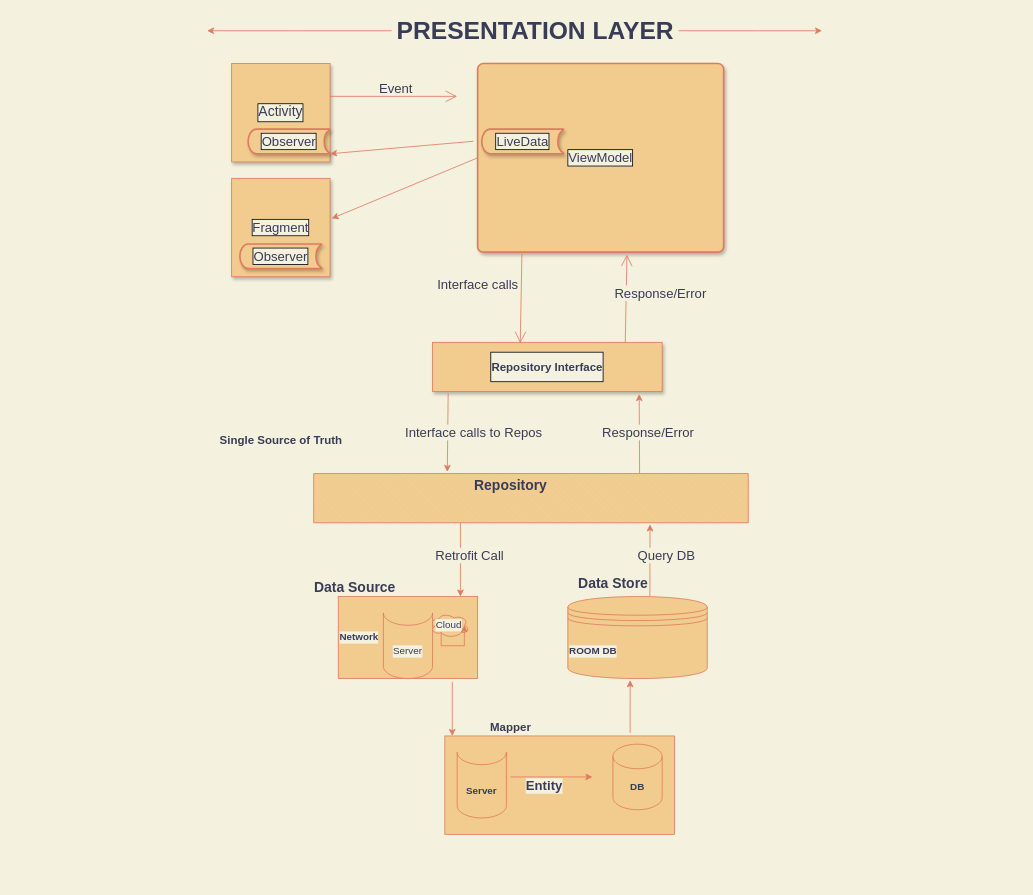
This is app/src/main/java/com/project/readarticleapp/utils/Untitled Diagram.drawio from dhirajdafouti/ReadArticleApp, a draw.io file, before an edit. Source tidied: cells renumbered, new cells numbered last; positions are measured from the earlier drawing's top-left corner, leaving out a move shared by most shapes. Both pictures are drawn from the tidied source at 82%, with x=0, y=0 at pixel (207, 14).
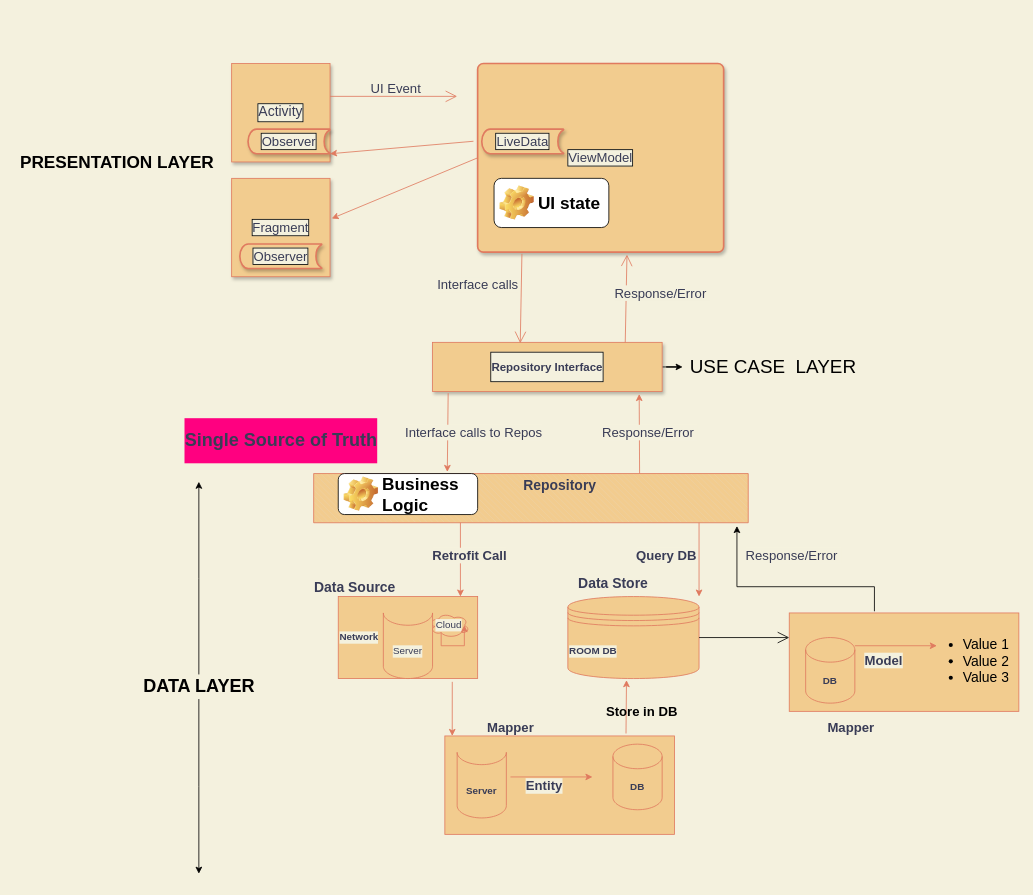
Above is the later version.

Unchanged cells that the change refers to:
```xml
<mxCell id="6" style="rounded=0;whiteSpace=wrap;html=1;fillColor=#F2CC8F;strokeColor=#E07A5F;fontColor=#393C56;" parent="1" vertex="1">
  <mxGeometry x="290" y="880" width="280" height="120" as="geometry" />
</mxCell>
<mxCell id="17" style="verticalLabelPosition=bottom;verticalAlign=top;html=1;shape=mxgraph.basic.patternFillRect;fillStyle=diagRev;step=5;fillStrokeWidth=0.2;fillStrokeColor=#dddddd;fontSize=16;strokeColor=#E07A5F;fontColor=#393C56;labelBackgroundColor=#F4F1DE;noLabel=1;labelBorderColor=#000000;fillColor=#F2CC8F;" parent="1" vertex="1">
  <mxGeometry x="130" y="560" width="530" height="60" as="geometry" />
</mxCell>
<mxCell id="21" value="&lt;h1 align=&quot;right&quot;&gt;Repository Interface&lt;br&gt;&lt;/h1&gt;" style="whiteSpace=wrap;html=1;shadow=1;labelBackgroundColor=#F4F1DE;fontSize=7;fontColor=#393C56;strokeColor=#E07A5F;fillColor=#F2CC8F;labelBorderColor=#000000;" parent="1" vertex="1">
  <mxGeometry x="275" y="400" width="280" height="60" as="geometry" />
</mxCell>
```

What changed in the source:
```diff
@@
     <mxCell id="5" value="&lt;div align=&quot;left&quot;&gt;&lt;b&gt;ROOM DB&lt;br&gt;&lt;/b&gt;&lt;/div&gt;" style="shape=datastore;whiteSpace=wrap;html=1;fontFamily=Helvetica;fontSize=12;fontColor=#393C56;align=left;strokeColor=#E07A5F;fillColor=#F2CC8F;labelBackgroundColor=#F4F1DE;" parent="1" vertex="1">
-      <mxGeometry x="440" y="710" width="170" height="100" as="geometry" />
+      <mxGeometry x="440" y="710" width="160" height="100" as="geometry" />
     </mxCell>
@@
-    <mxCell id="12" value="Mapper" style="text;html=1;align=center;verticalAlign=middle;strokeColor=none;fillColor=none;fontSize=14;fontStyle=1;fontColor=#393C56;" parent="1" vertex="1">
+    <mxCell id="12" value="Mapper" style="text;html=1;align=center;verticalAlign=middle;strokeColor=none;fillColor=none;fontSize=16;fontStyle=1;fontColor=#393C56;" parent="1" vertex="1">
       <mxGeometry x="335" y="860" width="70" height="20" as="geometry" />
     </mxCell>
@@
-    <mxCell id="16" style="endArrow=classic;html=1;rounded=0;fontSize=13;exitX=0.807;exitY=-0.033;exitDx=0;exitDy=0;exitPerimeter=0;fontStyle=0;entryX=0.447;entryY=1.02;entryDx=0;entryDy=0;entryPerimeter=0;labelBackgroundColor=#F4F1DE;strokeColor=#E07A5F;fontColor=#393C56;" parent="1" edge="1" source="6" target="5">
+    <mxCell id="16" style="endArrow=classic;html=1;rounded=0;fontSize=13;exitX=0.789;exitY=-0.025;exitDx=0;exitDy=0;exitPerimeter=0;fontStyle=0;entryX=0.447;entryY=1.02;entryDx=0;entryDy=0;entryPerimeter=0;labelBackgroundColor=#F4F1DE;strokeColor=#E07A5F;fontColor=#393C56;" parent="1" edge="1" source="6" target="5">
       <mxGeometry relative="1" as="geometry" />
     </mxCell>
@@
-    <mxCell id="19" style="endArrow=classic;html=1;rounded=0;fontSize=8;fontStyle=0;entryX=0.774;entryY=1.033;entryDx=0;entryDy=0;entryPerimeter=0;horizontal=1;labelBackgroundColor=#F4F1DE;strokeColor=#E07A5F;fontColor=#393C56;" parent="1" edge="1" target="17">
-      <mxGeometry relative="1" as="geometry">
-        <mxPoint x="540" y="710" as="sourcePoint" />
-      </mxGeometry>
-    </mxCell>
     <mxCell id="20" value="Repository" style="text;html=1;align=center;verticalAlign=middle;strokeColor=none;fillColor=none;fontStyle=1;fontSize=17;fontColor=#393C56;" parent="1" vertex="1">
-      <mxGeometry x="320" y="560" width="100" height="30" as="geometry" />
+      <mxGeometry x="380" y="560" width="100" height="30" as="geometry" />
     </mxCell>
+    <mxCell id="46" style="edgeStyle=orthogonalEdgeStyle;rounded=0;jettySize=auto;html=1;fontSize=21;" parent="1" edge="1" source="21" target="49">
+      <mxGeometry relative="1" as="geometry" />
+    </mxCell>
@@
-    <mxCell id="31" value="Event" style="text;html=1;align=center;verticalAlign=middle;strokeColor=none;fillColor=none;fontSize=16;fontColor=#393C56;" parent="1" vertex="1">
-      <mxGeometry x="200" y="80" width="60" height="20" as="geometry" />
+    <mxCell id="31" value="UI Event " style="text;html=1;align=center;verticalAlign=middle;strokeColor=none;fillColor=none;fontSize=16;fontColor=#393C56;" parent="1" vertex="1">
+      <mxGeometry x="190" y="80" width="80" height="20" as="geometry" />
     </mxCell>
@@
-    <mxCell id="34" value="Retrofit Call" style="text;html=1;align=center;verticalAlign=middle;strokeColor=none;fillColor=none;fontSize=16;fontColor=#393C56;labelBackgroundColor=#F4F1DE;" parent="1" vertex="1">
-      <mxGeometry x="270" y="650" width="100" height="20" as="geometry" />
+    <mxCell id="34" value="Retrofit Call" style="text;html=1;align=center;verticalAlign=middle;strokeColor=none;fillColor=none;fontSize=16;fontColor=#393C56;labelBackgroundColor=#F4F1DE;fontStyle=1;" parent="1" vertex="1">
+      <mxGeometry x="265" y="650" width="110" height="20" as="geometry" />
     </mxCell>
-    <mxCell id="35" value="Query DB " style="text;html=1;align=center;verticalAlign=middle;strokeColor=none;fillColor=none;fontSize=16;fontColor=#393C56;labelBackgroundColor=#F4F1DE;" parent="1" vertex="1">
+    <mxCell id="35" value="Query DB " style="text;html=1;align=center;verticalAlign=middle;strokeColor=none;fillColor=none;fontSize=16;fontColor=#393C56;labelBackgroundColor=#F4F1DE;fontStyle=1;" parent="1" vertex="1">
       <mxGeometry x="515" y="650" width="90" height="20" as="geometry" />
     </mxCell>
@@
-    <mxCell id="42" style="edgeStyle=orthogonalEdgeStyle;curved=0;rounded=1;sketch=0;jettySize=auto;html=1;fontSize=30;fontColor=#393C56;strokeColor=#E07A5F;fillColor=#F2CC8F;labelBackgroundColor=#F4F1DE;" parent="1" edge="1" source="44">
-      <mxGeometry relative="1" as="geometry">
-        <mxPoint y="20" as="targetPoint" />
-      </mxGeometry>
-    </mxCell>
-    <mxCell id="43" style="edgeStyle=orthogonalEdgeStyle;curved=0;rounded=1;sketch=0;jettySize=auto;html=1;fontSize=30;fontColor=#393C56;strokeColor=#E07A5F;fillColor=#F2CC8F;labelBackgroundColor=#F4F1DE;" parent="1" edge="1" source="44">
-      <mxGeometry relative="1" as="geometry">
-        <mxPoint x="750" y="20" as="targetPoint" />
-      </mxGeometry>
-    </mxCell>
+    <mxCell id="45" value="&lt;h1 style=&quot;font-size: 22px;&quot;&gt;Single Source of Truth &lt;br style=&quot;font-size: 22px;&quot;&gt;&lt;/h1&gt;" style="text;html=1;align=center;verticalAlign=middle;strokeColor=none;fillColor=none;fontSize=22;labelBackgroundColor=#FF0080;fontColor=#393C56;" parent="1" vertex="1">
+      <mxGeometry x="-35" y="490" width="250" height="60" as="geometry" />
+    </mxCell>
+    <mxCell id="47" value="UI state " style="label;whiteSpace=wrap;html=1;image=img/clipart/Gear_128x128.png;fontSize=21;" parent="1" vertex="1">
+      <mxGeometry x="350" y="200" width="140" height="60" as="geometry" />
+    </mxCell>
+    <mxCell id="48" value="Business Logic " style="label;whiteSpace=wrap;html=1;image=img/clipart/Gear_128x128.png;fontSize=21;" parent="1" vertex="1">
+      <mxGeometry x="160" y="560" width="170" height="50" as="geometry" />
+    </mxCell>
+    <mxCell id="49" value="&lt;font style=&quot;font-size: 23px&quot;&gt;USE CASE&amp;nbsp; LAYER&lt;/font&gt;" style="text;html=1;align=center;verticalAlign=middle;points=[];strokeColor=none;fillColor=none;fontSize=21;" parent="1" vertex="1">
+      <mxGeometry x="580" y="415" width="220" height="30" as="geometry" />
+    </mxCell>
+    <mxCell id="50" style="endArrow=classic;html=1;rounded=0;fontSize=17;fontStyle=0;labelBackgroundColor=#F4F1DE;strokeColor=#E07A5F;fontColor=#393C56;" parent="1" edge="1">
+      <mxGeometry relative="1" as="geometry">
+        <mxPoint x="600" y="620" as="sourcePoint" />
+        <mxPoint x="600" y="710" as="targetPoint" />
+      </mxGeometry>
+    </mxCell>
+    <mxCell id="51" value="&lt;b style=&quot;font-size: 16px;&quot;&gt;&lt;font style=&quot;font-size: 16px;&quot;&gt;Store in DB&lt;/font&gt;&lt;/b&gt;" style="text;html=1;align=center;verticalAlign=middle;strokeColor=none;fillColor=none;fontSize=16;" parent="1" vertex="1">
+      <mxGeometry x="480" y="840" width="100" height="20" as="geometry" />
+    </mxCell>
+    <mxCell id="52" style="rounded=0;whiteSpace=wrap;html=1;fillColor=#F2CC8F;strokeColor=#E07A5F;fontColor=#393C56;" parent="1" vertex="1">
+      <mxGeometry x="710" y="730" width="280" height="120" as="geometry" />
+    </mxCell>
+    <mxCell id="53" value="&lt;b&gt;DB&lt;/b&gt;" style="shape=cylinder3;whiteSpace=wrap;html=1;boundedLbl=1;backgroundOutline=1;size=15;fillColor=#F2CC8F;strokeColor=#E07A5F;fontColor=#393C56;" parent="1" vertex="1">
+      <mxGeometry x="730" y="760" width="60" height="80" as="geometry" />
+    </mxCell>
+    <mxCell id="54" value="Model" style="edgeLabel;html=1;align=center;verticalAlign=middle;fontSize=16;fontStyle=1;labelBackgroundColor=#F4F1DE;fontColor=#393C56;" parent="1" vertex="1">
+      <mxGeometry x="420" y="950" as="geometry">
+        <mxPoint x="404" y="-163" as="offset" />
+      </mxGeometry>
+    </mxCell>
+    <mxCell id="55" style="endArrow=classic;html=1;rounded=0;fontSize=16;labelBackgroundColor=#F4F1DE;strokeColor=#E07A5F;fontColor=#393C56;" parent="1" edge="1">
+      <mxGeometry relative="1" as="geometry">
+        <mxPoint x="790" y="770" as="sourcePoint" />
+        <mxPoint x="890" y="770" as="targetPoint" />
+      </mxGeometry>
+    </mxCell>
+    <mxCell id="56" style="endArrow=open;endFill=1;endSize=12;html=1;rounded=0;fontSize=17;" parent="1" edge="1">
+      <mxGeometry relative="1" as="geometry">
+        <mxPoint x="600" y="760" as="sourcePoint" />
+        <mxPoint x="710" y="760" as="targetPoint" />
+      </mxGeometry>
+    </mxCell>
+    <mxCell id="57" style="edgeStyle=segmentEdgeStyle;endArrow=classic;html=1;rounded=0;fontSize=17;entryX=0.974;entryY=1.067;entryDx=0;entryDy=0;entryPerimeter=0;exitX=0.371;exitY=-0.017;exitDx=0;exitDy=0;exitPerimeter=0;" parent="1" edge="1" source="52" target="17">
+      <mxGeometry relative="1" as="geometry">
+        <Array as="points">
+          <mxPoint x="646" y="698" />
+        </Array>
+      </mxGeometry>
+    </mxCell>
+    <mxCell id="58" value="&lt;ul&gt;&lt;li&gt;Value 1&lt;/li&gt;&lt;li&gt;Value 2&lt;/li&gt;&lt;li&gt;Value 3&lt;/li&gt;&lt;/ul&gt;" style="text;strokeColor=none;fillColor=none;html=1;whiteSpace=wrap;verticalAlign=middle;overflow=hidden;fontSize=17;" parent="1" vertex="1">
+      <mxGeometry x="880" y="740" width="100" height="80" as="geometry" />
+    </mxCell>
+    <mxCell id="59" value="Response/Error&amp;nbsp; " style="text;html=1;align=center;verticalAlign=middle;strokeColor=none;fillColor=none;fontSize=16;fontColor=#393C56;labelBackgroundColor=#F4F1DE;" parent="1" vertex="1">
+      <mxGeometry x="650" y="650" width="130" height="20" as="geometry" />
+    </mxCell>
+    <mxCell id="60" value="Mapper" style="text;html=1;align=center;verticalAlign=middle;strokeColor=none;fillColor=none;fontSize=16;fontStyle=1;fontColor=#393C56;" parent="1" vertex="1">
+      <mxGeometry x="750" y="860" width="70" height="20" as="geometry" />
+    </mxCell>
+    <mxCell id="61" style="edgeStyle=orthogonalEdgeStyle;rounded=0;jettySize=auto;html=1;fontSize=16;" parent="1" edge="1" source="63">
+      <mxGeometry relative="1" as="geometry">
+        <mxPoint x="-10" y="570" as="targetPoint" />
+      </mxGeometry>
+    </mxCell>
+    <mxCell id="62" style="edgeStyle=orthogonalEdgeStyle;rounded=0;jettySize=auto;html=1;fontSize=16;" parent="1" edge="1" source="63">
+      <mxGeometry relative="1" as="geometry">
+        <mxPoint x="-10" y="1048" as="targetPoint" />
+      </mxGeometry>
+    </mxCell>
+    <mxCell id="63" value="DATA LAYER" style="text;html=1;align=center;verticalAlign=middle;points=[];strokeColor=none;fillColor=none;fontSize=22;fontStyle=1;" parent="1" vertex="1">
+      <mxGeometry x="-85" y="805" width="150" height="30" as="geometry" />
+    </mxCell>
-    <mxCell id="44" value="PRESENTATION LAYER" style="text;html=1;align=center;verticalAlign=middle;points=[];strokeColor=none;fillColor=none;fontColor=#393C56;fontStyle=1;fontSize=30;" parent="1" vertex="1">
-      <mxGeometry x="225" width="350" height="40" as="geometry" />
+    <mxCell id="44" value="PRESENTATION LAYER" style="text;html=1;align=center;verticalAlign=middle;points=[];strokeColor=none;fillColor=none;fontSize=21;fontStyle=1;" parent="1" vertex="1">
+      <mxGeometry x="-235" y="165" width="250" height="30" as="geometry" />
     </mxCell>
-    <mxCell id="45" value="&lt;h1&gt;Single Source of Truth &lt;br&gt;&lt;/h1&gt;" style="text;html=1;align=center;verticalAlign=middle;strokeColor=none;fillColor=none;fontSize=7;labelBackgroundColor=#F4F1DE;fontColor=#393C56;" parent="1" vertex="1">
-      <mxGeometry x="5" y="505" width="170" height="30" as="geometry" />
-    </mxCell>
```
